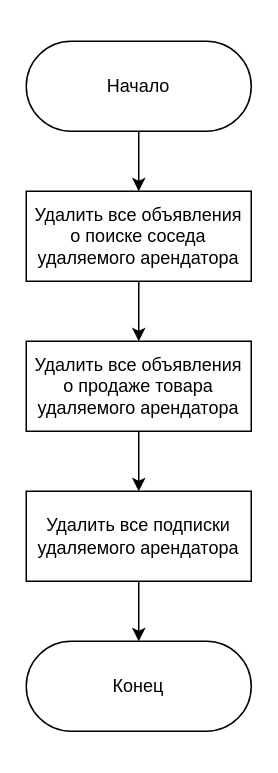
The draw.io diagram page "TenantTrigger" (1 of 5) of doc/diagram/triggers.drawio in ilyasssklimov/bmstu_CourseProjectDB, before the edit. Source tidied: cells renumbered, new cells numbered last; positions are measured from the earlier drawing's top-left corner, leaving out a move shared by most shapes. Both pictures are drawn from the tidied source at 150%, with x=0, y=0 at pixel (26, 40).
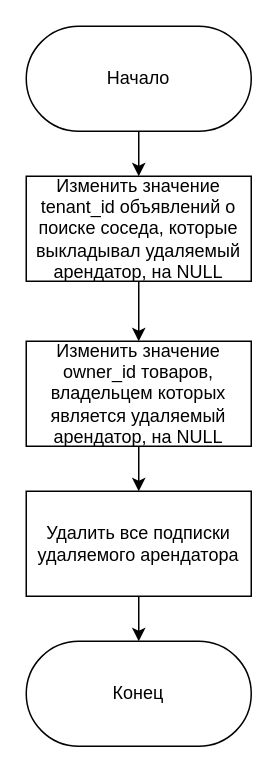
After the change.

Diff of the diagram source:
```diff
@@
 <mxGraphModel>
   <root>
     <mxCell id="0" />
     <mxCell id="1" parent="0" />
     <mxCell id="2" style="edgeStyle=orthogonalEdgeStyle;rounded=0;jettySize=auto;html=1;exitX=0.5;exitY=1;exitDx=0;exitDy=0;entryX=0.5;entryY=0;entryDx=0;entryDy=0;" parent="1" edge="1" source="3" target="6">
       <mxGeometry relative="1" as="geometry" />
     </mxCell>
     <mxCell id="3" value="Начало" style="rounded=1;whiteSpace=wrap;html=1;strokeWidth=1;fillColor=#FFFFFF;arcSize=50;" parent="1" vertex="1">
-      <mxGeometry width="150" height="60" as="geometry" />
+      <mxGeometry y="-10" width="150" height="70" as="geometry" />
     </mxCell>
     <mxCell id="4" value="Конец" style="rounded=1;whiteSpace=wrap;html=1;strokeWidth=1;fillColor=#FFFFFF;arcSize=50;" parent="1" vertex="1">
-      <mxGeometry y="400" width="150" height="60" as="geometry" />
+      <mxGeometry y="400" width="150" height="70" as="geometry" />
     </mxCell>
     <mxCell id="5" style="edgeStyle=orthogonalEdgeStyle;rounded=0;jettySize=auto;html=1;exitX=0.5;exitY=1;exitDx=0;exitDy=0;entryX=0.5;entryY=0;entryDx=0;entryDy=0;" parent="1" edge="1" source="6" target="8">
       <mxGeometry relative="1" as="geometry" />
     </mxCell>
-    <mxCell id="6" value="Удалить все объявления о поиске соседа удаляемого арендатора" style="rounded=0;whiteSpace=wrap;html=1;strokeWidth=1;fillColor=#FFFFFF;" parent="1" vertex="1">
-      <mxGeometry y="100" width="150" height="60" as="geometry" />
+    <mxCell id="6" value="Изменить значение tenant_id объявлений о поиске соседа, которые выкладывал удаляемый арендатор, на NULL" style="rounded=0;whiteSpace=wrap;html=1;strokeWidth=1;fillColor=#FFFFFF;" parent="1" vertex="1">
+      <mxGeometry y="90" width="150" height="70" as="geometry" />
     </mxCell>
     <mxCell id="7" style="edgeStyle=orthogonalEdgeStyle;rounded=0;jettySize=auto;html=1;exitX=0.5;exitY=1;exitDx=0;exitDy=0;entryX=0.5;entryY=0;entryDx=0;entryDy=0;" parent="1" edge="1" source="8" target="10">
       <mxGeometry relative="1" as="geometry" />
     </mxCell>
-    <mxCell id="8" value="Удалить все объявления о продаже товара удаляемого арендатора" style="rounded=0;whiteSpace=wrap;html=1;strokeWidth=1;fillColor=#FFFFFF;" parent="1" vertex="1">
-      <mxGeometry y="200" width="150" height="60" as="geometry" />
+    <mxCell id="8" value="Изменить значение owner_id товаров, владельцем которых является удаляемый арендатор, на NULL" style="rounded=0;whiteSpace=wrap;html=1;strokeWidth=1;fillColor=#FFFFFF;" parent="1" vertex="1">
+      <mxGeometry y="200" width="150" height="70" as="geometry" />
     </mxCell>
     <mxCell id="9" style="edgeStyle=orthogonalEdgeStyle;rounded=0;jettySize=auto;html=1;exitX=0.5;exitY=1;exitDx=0;exitDy=0;entryX=0.5;entryY=0;entryDx=0;entryDy=0;" parent="1" edge="1" source="10" target="4">
       <mxGeometry relative="1" as="geometry" />
     </mxCell>
     <mxCell id="10" value="Удалить все подписки удаляемого арендатора" style="rounded=0;whiteSpace=wrap;html=1;strokeWidth=1;fillColor=#FFFFFF;" parent="1" vertex="1">
-      <mxGeometry y="300" width="150" height="60" as="geometry" />
+      <mxGeometry y="300" width="150" height="70" as="geometry" />
     </mxCell>
   </root>
 </mxGraphModel>
```
